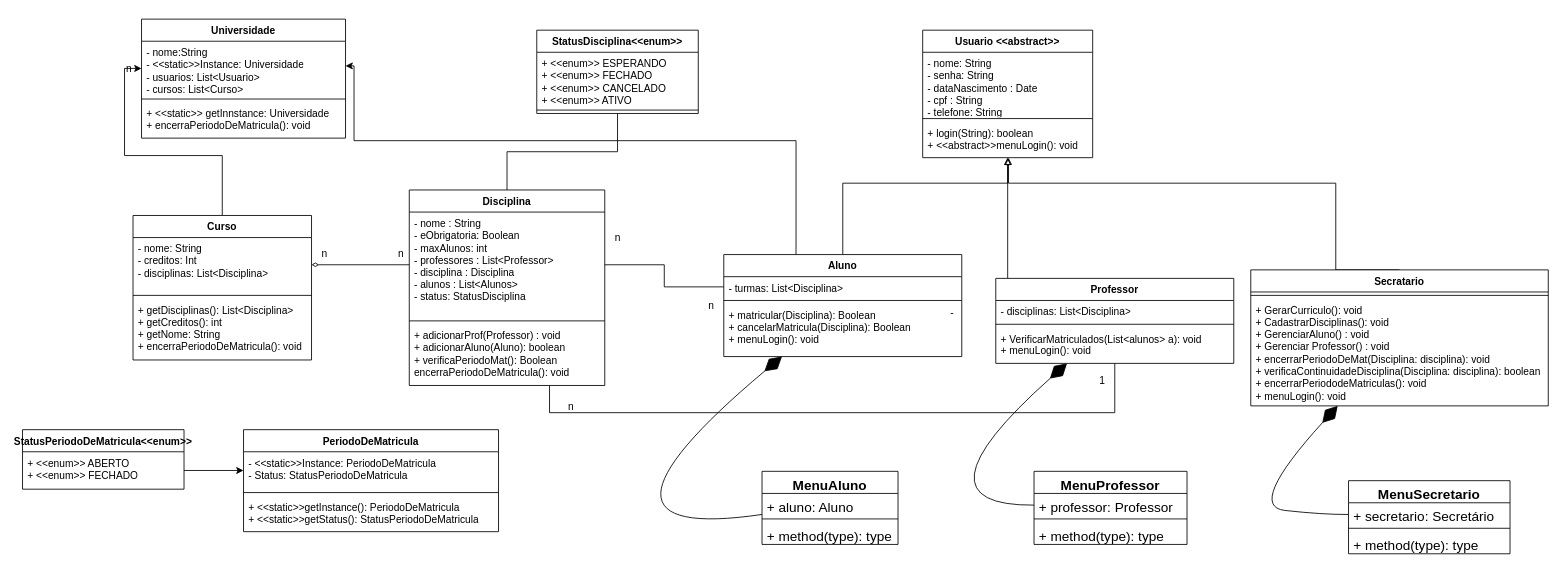
Earlier version of the draw.io diagram projeto/diagramas/DiagramaDeClasses.drawio (LDS-G5/Projeto-1). Source tidied: cells renumbered, new cells numbered last; positions are measured from the earlier drawing's top-left corner, leaving out a move shared by most shapes. Both pictures are drawn from the tidied source at 85%, with x=0, y=0 at pixel (22, 19).
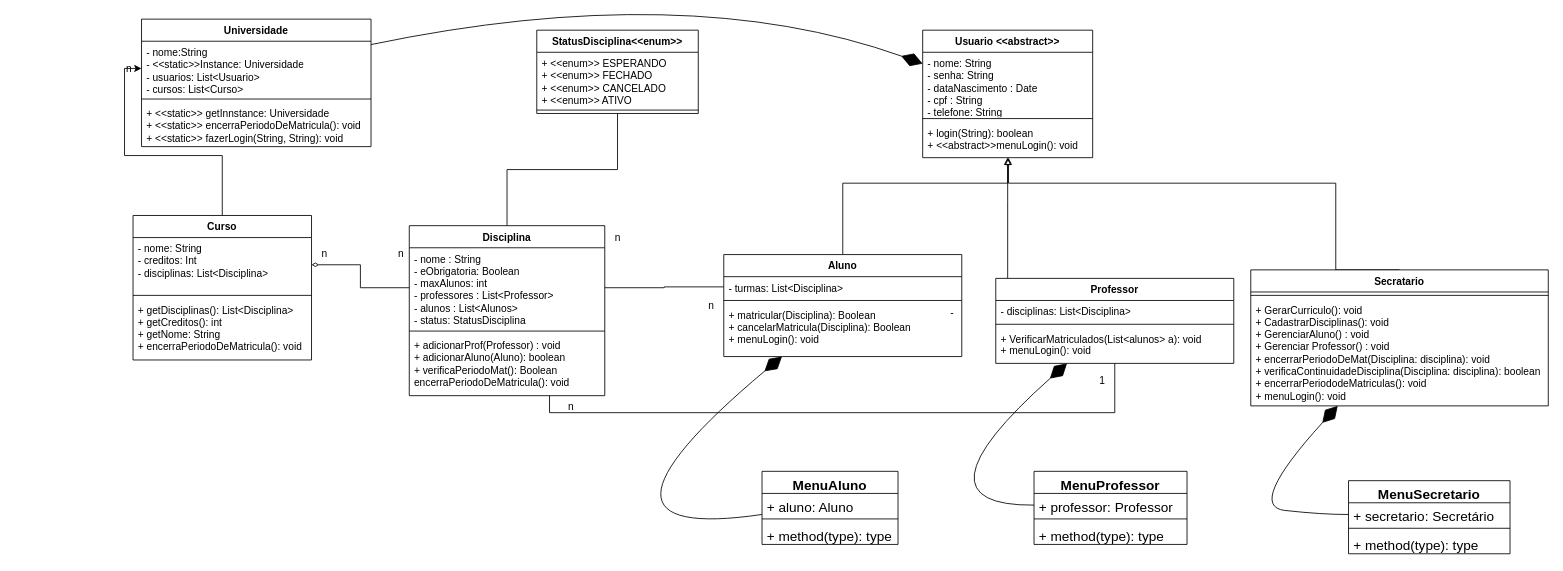
After the change.

Commit message (it also covers changes not shown here):
atualizado diagrama e código

Unchanged cells that the change refers to:
```xml
<mxCell id="11" value="Usuario &amp;lt;&amp;lt;abstract&amp;gt;&amp;gt;" style="swimlane;fontStyle=1;align=center;verticalAlign=top;horizontal=1;startSize=26;whiteSpace=wrap;html=1;" parent="1" vertex="1">
  <mxGeometry x="1059" y="13" width="200" height="150" as="geometry" />
</mxCell>
<mxCell id="27" value="Aluno" style="swimlane;fontStyle=1;align=center;verticalAlign=top;horizontal=1;startSize=26;whiteSpace=wrap;html=1;" parent="1" vertex="1">
  <mxGeometry x="825" y="277" width="280" height="120" as="geometry" />
</mxCell>
```

Diff of the diagram source:
```diff
@@
     <mxCell id="2" value="Disciplina" style="swimlane;fontStyle=1;align=center;verticalAlign=top;horizontal=1;startSize=26;whiteSpace=wrap;html=1;" parent="1" vertex="1">
-      <mxGeometry x="455" y="201" width="230" height="230" as="geometry" />
+      <mxGeometry x="455" y="243" width="230" height="200" as="geometry" />
     </mxCell>
-    <mxCell id="3" value="- nome : String&lt;br style=&quot;border-color: var(--border-color);&quot;&gt;- eObrigatoria: Boolean&lt;br&gt;- maxAlunos: int&lt;br&gt;- professores : List&amp;lt;Professor&amp;gt;&lt;br&gt;- disciplina : Disciplina&lt;br&gt;- alunos : List&amp;lt;Alunos&amp;gt;&lt;br&gt;- status: StatusDisciplina" style="text;strokeColor=none;fillColor=none;align=left;verticalAlign=top;spacingLeft=4;spacingRight=4;overflow=hidden;points=[[0,0.5],[1,0.5]];portConstraint=eastwest;whiteSpace=wrap;html=1;" parent="2" vertex="1">
-      <mxGeometry y="26" width="230" height="124" as="geometry" />
+    <mxCell id="3" value="- nome : String&lt;br style=&quot;border-color: var(--border-color);&quot;&gt;- eObrigatoria: Boolean&lt;br&gt;- maxAlunos: int&lt;br&gt;- professores : List&amp;lt;Professor&amp;gt;&lt;br&gt;- alunos : List&amp;lt;Alunos&amp;gt;&lt;br&gt;- status: StatusDisciplina" style="text;strokeColor=none;fillColor=none;align=left;verticalAlign=top;spacingLeft=4;spacingRight=4;overflow=hidden;points=[[0,0.5],[1,0.5]];portConstraint=eastwest;whiteSpace=wrap;html=1;" parent="2" vertex="1">
+      <mxGeometry y="26" width="230" height="94" as="geometry" />
     </mxCell>
     <mxCell id="4" style="line;strokeWidth=1;fillColor=none;align=left;verticalAlign=middle;spacingTop=-1;spacingLeft=3;spacingRight=3;labelPosition=right;strokeColor=inherit;" parent="2" vertex="1">
-      <mxGeometry y="150" width="230" height="8" as="geometry" />
+      <mxGeometry y="120" width="230" height="8" as="geometry" />
     </mxCell>
     <mxCell id="5" value="+ adicionarProf(Professor) : void&lt;br&gt;+ adicionarAluno(Aluno): boolean&lt;br&gt;+ verificaPeriodoMat(): Boolean&lt;br&gt;encerraPeriodoDeMatricula(): void" style="text;strokeColor=none;fillColor=none;align=left;verticalAlign=top;spacingLeft=4;spacingRight=4;overflow=hidden;points=[[0,0.5],[1,0.5]];portConstraint=eastwest;whiteSpace=wrap;html=1;" parent="2" vertex="1">
-      <mxGeometry y="158" width="230" height="72" as="geometry" />
+      <mxGeometry y="128" width="230" height="72" as="geometry" />
     </mxCell>
@@
-    <mxCell id="26" style="edgeStyle=orthogonalEdgeStyle;rounded=0;jettySize=auto;html=1;" parent="1" edge="1" source="27" target="48">
-      <mxGeometry relative="1" as="geometry">
-        <Array as="points">
-          <mxPoint x="910" y="143" />
-          <mxPoint x="390" y="143" />
-          <mxPoint x="390" y="55" />
-        </Array>
-      </mxGeometry>
-    </mxCell>
@@
-    <mxCell id="40" value="StatusPeriodoDeMatricula&amp;lt;&amp;lt;enum&amp;gt;&amp;gt;" style="swimlane;fontStyle=1;align=center;verticalAlign=top;horizontal=1;startSize=26;whiteSpace=wrap;html=1;" parent="1" vertex="1">
-      <mxGeometry y="483" width="190" height="70" as="geometry" />
-    </mxCell>
-    <mxCell id="41" value="+ &amp;lt;&amp;lt;enum&amp;gt;&amp;gt; ABERTO&lt;br&gt;+ &amp;lt;&amp;lt;enum&amp;gt;&amp;gt; FECHADO&lt;br&gt;" style="text;strokeColor=none;fillColor=none;align=left;verticalAlign=top;spacingLeft=4;spacingRight=4;overflow=hidden;points=[[0,0.5],[1,0.5]];portConstraint=eastwest;whiteSpace=wrap;html=1;" parent="40" vertex="1">
-      <mxGeometry y="26" width="190" height="44" as="geometry" />
-    </mxCell>
-    <mxCell id="42" value="PeriodoDeMatricula" style="swimlane;fontStyle=1;align=center;verticalAlign=top;horizontal=1;startSize=26;whiteSpace=wrap;html=1;" parent="1" vertex="1">
-      <mxGeometry x="260" y="483" width="300" height="120" as="geometry" />
-    </mxCell>
-    <mxCell id="43" value="- &amp;lt;&amp;lt;static&amp;gt;&amp;gt;Instance: PeriodoDeMatricula&lt;br&gt;- Status: StatusPeriodoDeMatricula" style="text;strokeColor=none;fillColor=none;align=left;verticalAlign=top;spacingLeft=4;spacingRight=4;overflow=hidden;points=[[0,0.5],[1,0.5]];portConstraint=eastwest;whiteSpace=wrap;html=1;" parent="42" vertex="1">
-      <mxGeometry y="26" width="300" height="44" as="geometry" />
-    </mxCell>
-    <mxCell id="44" style="line;strokeWidth=1;fillColor=none;align=left;verticalAlign=middle;spacingTop=-1;spacingLeft=3;spacingRight=3;labelPosition=right;strokeColor=inherit;" parent="42" vertex="1">
-      <mxGeometry y="70" width="300" height="8" as="geometry" />
-    </mxCell>
-    <mxCell id="45" value="+ &amp;lt;&amp;lt;static&amp;gt;&amp;gt;getInstance(): PeriodoDeMatricula&lt;br&gt;+ &amp;lt;&amp;lt;static&amp;gt;&amp;gt;getStatus(): StatusPeriodoDeMatricula" style="text;strokeColor=none;fillColor=none;align=left;verticalAlign=top;spacingLeft=4;spacingRight=4;overflow=hidden;whiteSpace=wrap;html=1;" parent="42" vertex="1">
-      <mxGeometry y="78" width="300" height="42" as="geometry" />
-    </mxCell>
-    <mxCell id="46" style="edgeStyle=orthogonalEdgeStyle;rounded=0;jettySize=auto;html=1;exitX=1;exitY=0.5;exitDx=0;exitDy=0;" parent="1" edge="1" source="41" target="43">
-      <mxGeometry relative="1" as="geometry" />
-    </mxCell>
     <mxCell id="47" value="Universidade" style="swimlane;fontStyle=1;align=center;verticalAlign=top;horizontal=1;startSize=26;whiteSpace=wrap;html=1;" parent="1" vertex="1">
-      <mxGeometry x="140" width="240" height="140" as="geometry" />
+      <mxGeometry x="140" width="270" height="150" as="geometry" />
     </mxCell>
     <mxCell id="48" value="- nome:String&lt;br&gt;- &amp;lt;&amp;lt;static&amp;gt;&amp;gt;Instance: Universidade&lt;br&gt;- usuarios: List&amp;lt;Usuario&amp;gt;&lt;br&gt;- cursos: List&amp;lt;Curso&amp;gt;" style="text;strokeColor=none;fillColor=none;align=left;verticalAlign=top;spacingLeft=4;spacingRight=4;overflow=hidden;points=[[0,0.5],[1,0.5]];portConstraint=eastwest;whiteSpace=wrap;html=1;" parent="47" vertex="1">
-      <mxGeometry y="26" width="240" height="64" as="geometry" />
+      <mxGeometry y="26" width="270" height="64" as="geometry" />
     </mxCell>
     <mxCell id="49" style="line;strokeWidth=1;fillColor=none;align=left;verticalAlign=middle;spacingTop=-1;spacingLeft=3;spacingRight=3;labelPosition=right;strokeColor=inherit;" parent="47" vertex="1">
-      <mxGeometry y="90" width="240" height="8" as="geometry" />
+      <mxGeometry y="90" width="270" height="8" as="geometry" />
     </mxCell>
-    <mxCell id="50" value="+ &amp;lt;&amp;lt;static&amp;gt;&amp;gt; getInnstance: Universidade&lt;br&gt;+ encerraPeriodoDeMatricula(): void" style="text;strokeColor=none;fillColor=none;align=left;verticalAlign=top;spacingLeft=4;spacingRight=4;overflow=hidden;whiteSpace=wrap;html=1;" parent="47" vertex="1">
-      <mxGeometry y="98" width="240" height="42" as="geometry" />
+    <mxCell id="50" value="+ &amp;lt;&amp;lt;static&amp;gt;&amp;gt; getInnstance: Universidade&lt;br&gt;+ &amp;lt;&amp;lt;static&amp;gt;&amp;gt; encerraPeriodoDeMatricula(): void&lt;br&gt;+ &amp;lt;&amp;lt;static&amp;gt;&amp;gt; fazerLogin(String, String): void" style="text;strokeColor=none;fillColor=none;align=left;verticalAlign=top;spacingLeft=4;spacingRight=4;overflow=hidden;whiteSpace=wrap;html=1;" parent="47" vertex="1">
+      <mxGeometry y="98" width="270" height="52" as="geometry" />
     </mxCell>
@@
+    <mxCell id="71" style="endArrow=diamondThin;endFill=1;endSize=24;html=1;rounded=0;fontSize=12;curved=1;" parent="1" edge="1" source="48" target="11">
+      <mxGeometry relative="1" as="geometry">
+        <Array as="points">
+          <mxPoint x="780" y="-47" />
+        </Array>
+      </mxGeometry>
+    </mxCell>
```
